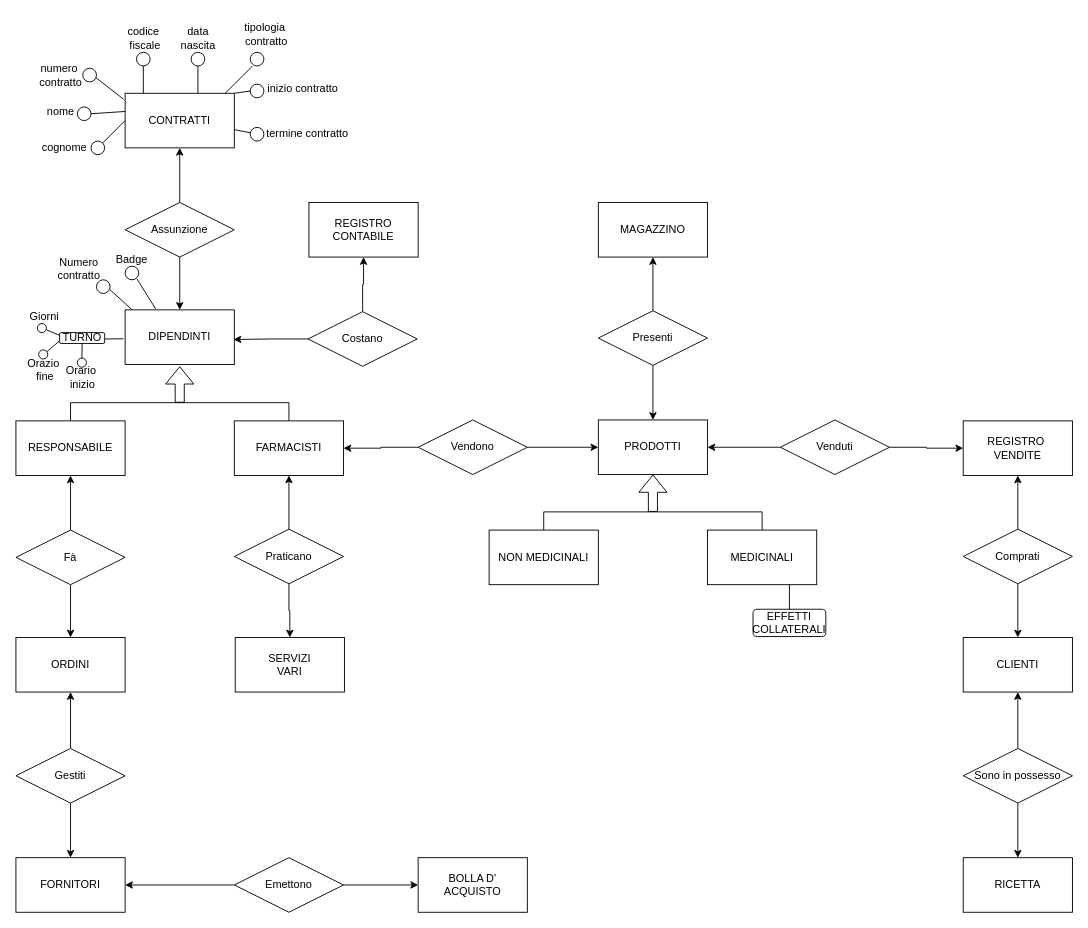
The draw.io diagram farma-concettuale.drawio in ColdBerri/Database-Project, before the edit. Source tidied: cells renumbered, new cells numbered last; positions are measured from the earlier drawing's top-left corner, leaving out a move shared by most shapes. Both pictures are drawn from the tidied source at 91%, with x=0, y=0 at pixel (15, 15).
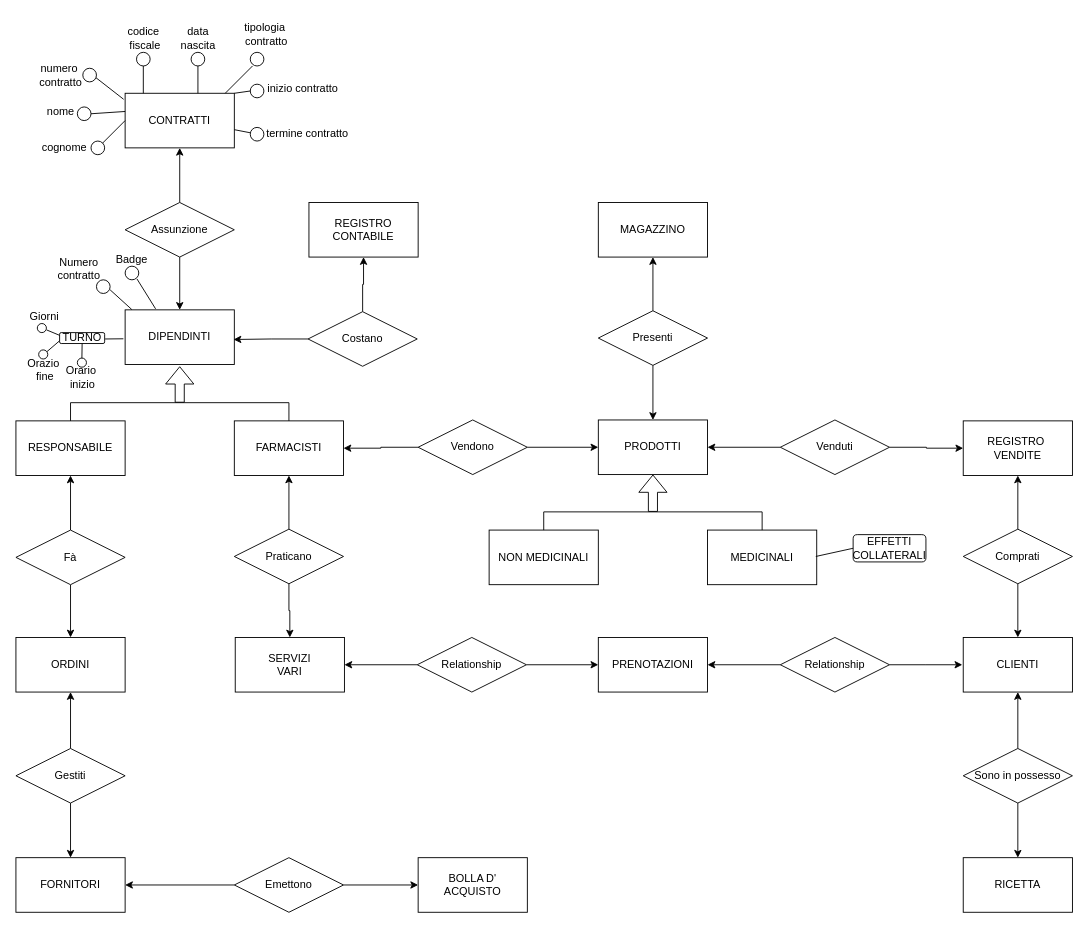
After the change.

The change refers to these unchanged cells:
```xml
<mxCell id="18" value="MEDICINALI" style="rounded=0;whiteSpace=wrap;html=1;" parent="1" vertex="1">
  <mxGeometry x="760" y="565" width="120" height="60" as="geometry" />
</mxCell>
<mxCell id="79" value="SERVIZI&lt;div&gt;VARI&lt;/div&gt;" style="rounded=0;whiteSpace=wrap;html=1;" parent="1" vertex="1">
  <mxGeometry x="241" y="683" width="120" height="60" as="geometry" />
</mxCell>
```

Change to the diagram source:
```diff
@@
     <mxCell id="84" value="EFFETTI&lt;div&gt;COLLATERALI&lt;/div&gt;" style="rounded=1;whiteSpace=wrap;html=1;" parent="1" vertex="1">
-      <mxGeometry x="810" y="652" width="80" height="30" as="geometry" />
+      <mxGeometry x="920" y="570" width="80" height="30" as="geometry" />
     </mxCell>
-    <mxCell id="85" style="endArrow=none;html=1;rounded=0;exitX=0.5;exitY=0;exitDx=0;exitDy=0;entryX=0.75;entryY=1;entryDx=0;entryDy=0;" parent="1" edge="1" source="84" target="18">
-      <mxGeometry relative="1" as="geometry" />
-    </mxCell>
@@
+    <mxCell id="102" style="endArrow=none;html=1;rounded=0;entryX=0;entryY=0.5;entryDx=0;entryDy=0;" parent="1" edge="1" target="84">
+      <mxGeometry relative="1" as="geometry">
+        <mxPoint x="879" y="594" as="sourcePoint" />
+      </mxGeometry>
+    </mxCell>
+    <mxCell id="103" style="edgeStyle=orthogonalEdgeStyle;rounded=0;jettySize=auto;html=1;entryX=1;entryY=0.5;entryDx=0;entryDy=0;" parent="1" edge="1" source="105" target="79">
+      <mxGeometry relative="1" as="geometry" />
+    </mxCell>
+    <mxCell id="104" style="edgeStyle=orthogonalEdgeStyle;rounded=0;jettySize=auto;html=1;" parent="1" edge="1" source="105" target="106">
+      <mxGeometry relative="1" as="geometry" />
+    </mxCell>
+    <mxCell id="105" value="Relationship" style="shape=rhombus;perimeter=rhombusPerimeter;whiteSpace=wrap;html=1;align=center;" parent="1" vertex="1">
+      <mxGeometry x="441" y="683" width="120" height="60" as="geometry" />
+    </mxCell>
+    <mxCell id="106" value="PRENOTAZIONI" style="rounded=0;whiteSpace=wrap;html=1;" parent="1" vertex="1">
+      <mxGeometry x="640" y="683" width="120" height="60" as="geometry" />
+    </mxCell>
+    <mxCell id="107" style="edgeStyle=orthogonalEdgeStyle;rounded=0;jettySize=auto;html=1;entryX=1;entryY=0.5;entryDx=0;entryDy=0;" parent="1" edge="1" source="109" target="106">
+      <mxGeometry relative="1" as="geometry" />
+    </mxCell>
+    <mxCell id="108" style="edgeStyle=orthogonalEdgeStyle;rounded=0;jettySize=auto;html=1;" parent="1" edge="1" source="109">
+      <mxGeometry relative="1" as="geometry">
+        <mxPoint x="1040" y="713" as="targetPoint" />
+      </mxGeometry>
+    </mxCell>
+    <mxCell id="109" value="Relationship" style="shape=rhombus;perimeter=rhombusPerimeter;whiteSpace=wrap;html=1;align=center;" parent="1" vertex="1">
+      <mxGeometry x="840" y="683" width="120" height="60" as="geometry" />
+    </mxCell>
```
